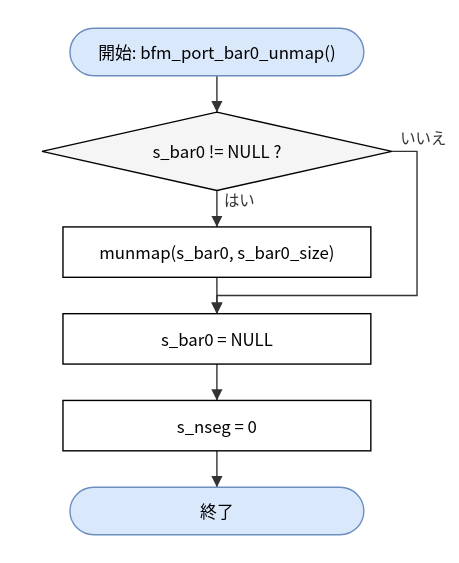
Earlier version of the draw.io export doc/spec/images/flow_port_linux_vfio_port_linux-bfm_port_bar0_unmap.drawio.svg (hf355051012-ai/bfmem). Source tidied: cells renumbered, new cells last; positions are measured from the earlier drawing's top-left corner, leaving out a move shared by most shapes.
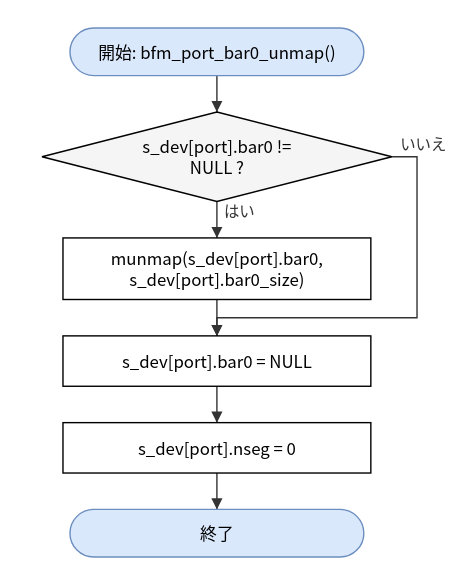
The same file after the commit.

The edit, as a diff of the source:
```diff
@@ -5,20 +5,20 @@
     <mxCell id="2" value="開始: bfm_port_bar0_unmap()" style="rounded=1;arcSize=50;whiteSpace=wrap;html=1;fillColor=#dae8fc;strokeColor=#6c8ebf;" parent="1" vertex="1">
       <mxGeometry x="20" width="210" height="34" as="geometry" />
     </mxCell>
-    <mxCell id="3" value="s_bar0 != NULL ?" style="rhombus;whiteSpace=wrap;html=1;fillColor=#f5f5f5;" parent="1" vertex="1">
-      <mxGeometry y="60" width="250" height="56" as="geometry" />
+    <mxCell id="3" value="s_dev[port].bar0 !=&lt;br&gt;NULL ?" style="rhombus;whiteSpace=wrap;html=1;fillColor=#f5f5f5;" parent="1" vertex="1">
+      <mxGeometry y="60" width="250" height="64" as="geometry" />
     </mxCell>
-    <mxCell id="4" value="munmap(s_bar0, s_bar0_size)" style="rounded=0;whiteSpace=wrap;html=1;" parent="1" vertex="1">
-      <mxGeometry x="15" y="142" width="220" height="36" as="geometry" />
+    <mxCell id="4" value="munmap(s_dev[port].bar0,&lt;br&gt;s_dev[port].bar0_size)" style="rounded=0;whiteSpace=wrap;html=1;" parent="1" vertex="1">
+      <mxGeometry x="15" y="150" width="220" height="44" as="geometry" />
     </mxCell>
-    <mxCell id="5" value="s_bar0 = NULL" style="rounded=0;whiteSpace=wrap;html=1;" parent="1" vertex="1">
-      <mxGeometry x="15" y="204" width="220" height="36" as="geometry" />
+    <mxCell id="5" value="s_dev[port].bar0 = NULL" style="rounded=0;whiteSpace=wrap;html=1;" parent="1" vertex="1">
+      <mxGeometry x="15" y="220" width="220" height="36" as="geometry" />
     </mxCell>
-    <mxCell id="6" value="s_nseg = 0" style="rounded=0;whiteSpace=wrap;html=1;" parent="1" vertex="1">
-      <mxGeometry x="15" y="266" width="220" height="36" as="geometry" />
+    <mxCell id="6" value="s_dev[port].nseg = 0" style="rounded=0;whiteSpace=wrap;html=1;" parent="1" vertex="1">
+      <mxGeometry x="15" y="282" width="220" height="36" as="geometry" />
     </mxCell>
     <mxCell id="7" value="終了" style="rounded=1;arcSize=50;whiteSpace=wrap;html=1;fillColor=#dae8fc;strokeColor=#6c8ebf;" parent="1" vertex="1">
-      <mxGeometry x="20" y="328" width="210" height="34" as="geometry" />
+      <mxGeometry x="20" y="344" width="210" height="34" as="geometry" />
     </mxCell>
     <mxCell id="8" style="edgeStyle=none;html=1;rounded=0;endArrow=block;endFill=1;exitX=0.5000;exitY=1.0000;exitDx=0;exitDy=0;exitPerimeter=0;entryX=0.5000;entryY=0.0000;entryDx=0;entryDy=0;entryPerimeter=0;" parent="1" edge="1" source="2" target="3">
       <mxGeometry relative="1" as="geometry" />
@@ -32,9 +32,9 @@
     <mxCell id="11" value="いいえ" style="edgeStyle=none;html=1;rounded=0;endArrow=block;endFill=1;exitX=1.0000;exitY=0.5000;exitDx=0;exitDy=0;exitPerimeter=0;entryX=0.5000;entryY=0.0000;entryDx=0;entryDy=0;entryPerimeter=0;" parent="1" edge="1" source="3" target="5">
       <mxGeometry relative="1" as="geometry">
         <Array as="points">
-          <mxPoint x="268" y="88" />
-          <mxPoint x="268" y="191" />
-          <mxPoint x="125" y="191" />
+          <mxPoint x="268" y="92" />
+          <mxPoint x="268" y="207" />
+          <mxPoint x="125" y="207" />
         </Array>
       </mxGeometry>
     </mxCell>
```
